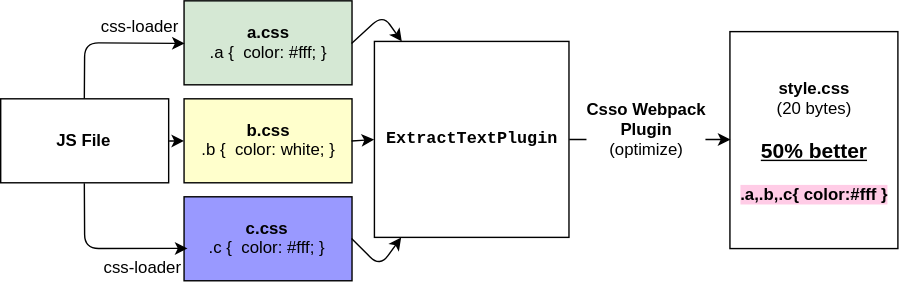
zoobestik/csso-webpack-plugin keeps this draw.io diagram as docs/img/better.svg. Above is the earlier version. Source tidied: cells renumbered, new cells last; positions are measured from the earlier drawing's top-left corner, leaving out a move shared by most shapes.
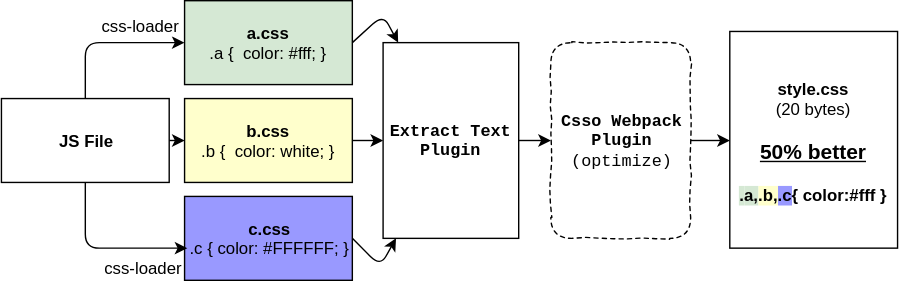
The same diagram one commit later.

Commit message:
Improve svg charts

The edit, as a diff of the source:
```diff
@@ -14,7 +14,7 @@
     <mxCell id="5" value="&lt;b&gt;b.css&lt;/b&gt;&lt;br&gt;.b { &amp;nbsp;color: white; }&lt;br&gt;" style="whiteSpace=wrap;html=1;fillColor=#FFFFCC;" parent="2" vertex="1">
       <mxGeometry x="131" y="70" width="120" height="60" as="geometry" />
     </mxCell>
-    <mxCell id="6" value="&lt;b&gt;c&lt;span&gt;.css&lt;/span&gt;&lt;/b&gt;&lt;div&gt;.c { &amp;nbsp;color: #fff; }&lt;span&gt;&lt;br&gt;&lt;/span&gt;&lt;/div&gt;" style="whiteSpace=wrap;html=1;fillColor=#9999FF;" parent="2" vertex="1">
+    <mxCell id="6" value="&lt;div&gt;&lt;b&gt;c.css&lt;/b&gt;&lt;div&gt;.c { color: #FFFFFF; }&lt;/div&gt;&lt;/div&gt;" style="whiteSpace=wrap;html=1;fillColor=#9999FF;" parent="2" vertex="1">
       <mxGeometry x="131" y="140" width="120" height="60" as="geometry" />
     </mxCell>
     <mxCell id="7" style="endArrow=classic;html=1;exitX=0.5;exitY=1;entryX=0.017;entryY=0.617;entryPerimeter=0;" parent="2" edge="1" source="3" target="6">
@@ -44,8 +44,8 @@
         <mxPoint x="-11" y="11" as="offset" />
       </mxGeometry>
     </mxCell>
-    <mxCell id="12" value="&lt;pre&gt;&lt;span&gt;&lt;b&gt;ExtractTextPlugin&lt;/b&gt;&lt;/span&gt;&lt;/pre&gt;" style="whiteSpace=wrap;html=1;" parent="2" vertex="1">
-      <mxGeometry x="267" y="29" width="139" height="140" as="geometry" />
+    <mxCell id="12" value="&lt;pre&gt;&lt;span&gt;&lt;b&gt;Extract Text&lt;br&gt;Plugin&lt;/b&gt;&lt;/span&gt;&lt;/pre&gt;" style="whiteSpace=wrap;html=1;align=center;verticalAlign=middle;" parent="2" vertex="1">
+      <mxGeometry x="273" y="30" width="97" height="140" as="geometry" />
     </mxCell>
     <mxCell id="13" style="endArrow=classic;html=1;exitX=1;exitY=0.5;" parent="2" edge="1" source="6" target="12">
       <mxGeometry relative="1" as="geometry">
@@ -64,16 +64,17 @@
         </Array>
       </mxGeometry>
     </mxCell>
-    <mxCell id="16" value="&lt;b&gt;style.css&lt;/b&gt;&lt;br&gt;(20 bytes)&lt;br&gt;&lt;br&gt;&lt;u&gt;&lt;b&gt;&lt;font style=&quot;font-size: 15px&quot;&gt;50% better&lt;/font&gt;&lt;/b&gt;&lt;/u&gt;&lt;br&gt;&lt;br&gt;&lt;span style=&quot;background-color: rgb(255 , 204 , 230)&quot;&gt;&lt;span style=&quot;font-weight: bold&quot;&gt;.&lt;/span&gt;&lt;b&gt;a,.b,.c{ color:#fff }&lt;/b&gt;&lt;/span&gt;&lt;br&gt;" style="whiteSpace=wrap;html=1;" parent="2" vertex="1">
+    <mxCell id="16" value="&lt;b&gt;style.css&lt;/b&gt;&lt;br&gt;(20 bytes)&lt;br&gt;&lt;br&gt;&lt;u&gt;&lt;b&gt;&lt;font style=&quot;font-size: 15px&quot;&gt;50% better&lt;/font&gt;&lt;/b&gt;&lt;/u&gt;&lt;br&gt;&lt;br&gt;&lt;span style=&quot;font-weight: bold ; background-color: rgb(213 , 232 , 212)&quot;&gt;.&lt;/span&gt;&lt;b&gt;&lt;span style=&quot;background-color: rgb(213 , 232 , 212)&quot;&gt;a,&lt;/span&gt;&lt;span style=&quot;background-color: rgb(255 , 255 , 204)&quot;&gt;.b,&lt;/span&gt;&lt;span style=&quot;background-color: rgb(153 , 153 , 255)&quot;&gt;.c&lt;/span&gt;{ color:#fff }&lt;/b&gt;&lt;br&gt;" style="whiteSpace=wrap;html=1;" parent="2" vertex="1">
       <mxGeometry x="521" y="22" width="120" height="155" as="geometry" />
     </mxCell>
-    <mxCell id="17" style="endArrow=classic;html=1;exitX=1;exitY=0.5;entryX=0;entryY=0.5;" parent="2" edge="1" source="12" target="16">
+    <mxCell id="17" style="endArrow=classic;html=1;exitX=1;exitY=0.5;entryX=0;entryY=0.5;" parent="2" edge="1" source="12" target="18">
       <mxGeometry relative="1" as="geometry" />
     </mxCell>
+    <mxCell id="19" style="edgeStyle=orthogonalEdgeStyle;rounded=0;html=1;jettySize=auto;" parent="2" edge="1" source="18" target="16">
+      <mxGeometry relative="1" as="geometry" />
+    </mxCell>
-    <mxCell id="18" value="&lt;b&gt;Csso Webpack&lt;br&gt;Plugin&lt;/b&gt;&lt;br&gt;(optimize)" style="text;html=1;points=[];align=center;verticalAlign=middle;labelBackgroundColor=#ffffff;" parent="17" vertex="1">
-      <mxGeometry x="0.32" y="1" relative="1" as="geometry">
-        <mxPoint x="-21" y="-8" as="offset" />
-      </mxGeometry>
+    <mxCell id="18" value="&lt;pre&gt;&lt;b&gt;Csso Webpack&lt;br&gt;Plugin&lt;/b&gt;&lt;br&gt;&lt;span&gt;(optimize)&lt;/span&gt;&lt;br&gt;&lt;/pre&gt;" style="whiteSpace=wrap;html=1;shadow=0;glass=1;rounded=1;comic=1;dashed=1;" parent="2" vertex="1">
+      <mxGeometry x="393" y="30" width="100" height="140" as="geometry" />
     </mxCell>
   </root>
 </mxGraphModel>
```
